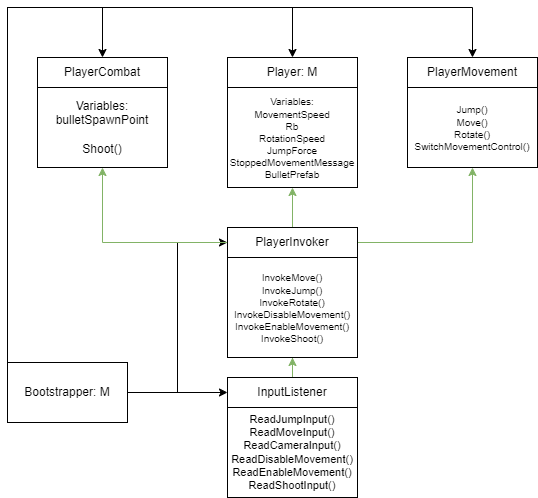
This is CodeScheme.png from fenix131113/Unity-KT-1, a draw.io export, as it was before one commit. Source tidied: cells renumbered, new cells last; positions are measured from the earlier drawing's top-left corner, leaving out a move shared by most shapes.
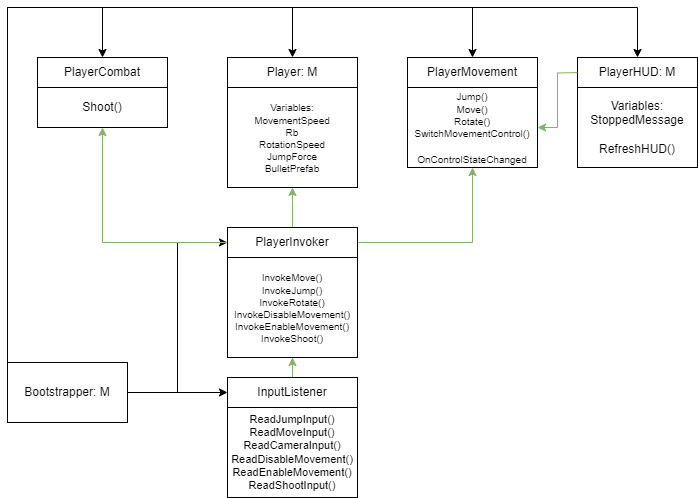
After the commit.

Change to the diagram source:
```diff
@@ -32,6 +32,14 @@
     <mxCell id="6" style="edgeStyle=orthogonalEdgeStyle;rounded=0;jettySize=auto;html=1;entryX=0;entryY=0.5;entryDx=0;entryDy=0;" parent="1" edge="1" source="7" target="16">
       <mxGeometry relative="1" as="geometry" />
     </mxCell>
+    <mxCell id="22" style="edgeStyle=orthogonalEdgeStyle;rounded=0;jettySize=auto;html=1;entryX=0.5;entryY=0;entryDx=0;entryDy=0;" parent="1" edge="1" source="7" target="23">
+      <mxGeometry relative="1" as="geometry">
+        <Array as="points">
+          <mxPoint />
+          <mxPoint x="630" />
+        </Array>
+      </mxGeometry>
+    </mxCell>
     <mxCell id="7" value="Bootstrapper: M" style="rounded=0;whiteSpace=wrap;html=1;" parent="1" vertex="1">
       <mxGeometry y="355" width="120" height="60" as="geometry" />
     </mxCell>
@@ -69,17 +77,28 @@
     <mxCell id="17" value="&lt;div style=&quot;font-size: 11px;&quot;&gt;&lt;font style=&quot;font-size: 11px;&quot;&gt;ReadJumpInput()&lt;/font&gt;&lt;/div&gt;&lt;div style=&quot;font-size: 11px;&quot;&gt;&lt;span style=&quot;background-color: initial;&quot;&gt;&lt;font style=&quot;font-size: 11px;&quot;&gt;ReadMoveInput()&lt;/font&gt;&lt;/span&gt;&lt;/div&gt;&lt;div style=&quot;font-size: 11px;&quot;&gt;&lt;span style=&quot;background-color: initial;&quot;&gt;&lt;font style=&quot;font-size: 11px;&quot;&gt;ReadCameraInput()&lt;/font&gt;&lt;/span&gt;&lt;/div&gt;&lt;div style=&quot;font-size: 11px;&quot;&gt;&lt;span style=&quot;background-color: initial;&quot;&gt;&lt;font style=&quot;font-size: 11px;&quot;&gt;ReadDisableMovement()&lt;/font&gt;&lt;/span&gt;&lt;/div&gt;&lt;div style=&quot;font-size: 11px;&quot;&gt;&lt;span style=&quot;background-color: initial;&quot;&gt;&lt;font style=&quot;font-size: 11px;&quot;&gt;ReadEnableMovement()&lt;/font&gt;&lt;/span&gt;&lt;/div&gt;&lt;div style=&quot;font-size: 11px;&quot;&gt;&lt;span style=&quot;background-color: initial;&quot;&gt;&lt;font style=&quot;font-size: 11px;&quot;&gt;ReadShootInput()&lt;/font&gt;&lt;/span&gt;&lt;/div&gt;" style="rounded=0;whiteSpace=wrap;html=1;" parent="1" vertex="1">
       <mxGeometry x="220" y="400" width="130" height="90" as="geometry" />
     </mxCell>
-    <mxCell id="18" value="&lt;font style=&quot;font-size: 10px;&quot;&gt;Jump()&lt;/font&gt;&lt;div style=&quot;font-size: 10px;&quot;&gt;&lt;font style=&quot;font-size: 10px;&quot;&gt;Move()&lt;/font&gt;&lt;/div&gt;&lt;div style=&quot;font-size: 10px;&quot;&gt;&lt;font style=&quot;font-size: 10px;&quot;&gt;Rotate()&lt;/font&gt;&lt;/div&gt;&lt;div style=&quot;font-size: 10px;&quot;&gt;&lt;font style=&quot;font-size: 10px;&quot;&gt;SwitchMovementControl()&lt;/font&gt;&lt;br&gt;&lt;/div&gt;" style="rounded=0;whiteSpace=wrap;html=1;" parent="1" vertex="1">
+    <mxCell id="18" value="&lt;font style=&quot;font-size: 10px;&quot;&gt;Jump()&lt;/font&gt;&lt;div style=&quot;font-size: 10px;&quot;&gt;&lt;font style=&quot;font-size: 10px;&quot;&gt;Move()&lt;/font&gt;&lt;/div&gt;&lt;div style=&quot;font-size: 10px;&quot;&gt;&lt;font style=&quot;font-size: 10px;&quot;&gt;Rotate()&lt;/font&gt;&lt;/div&gt;&lt;div style=&quot;font-size: 10px;&quot;&gt;&lt;font style=&quot;font-size: 10px;&quot;&gt;SwitchMovementControl()&lt;/font&gt;&lt;br&gt;&lt;/div&gt;&lt;div style=&quot;font-size: 10px;&quot;&gt;&lt;font style=&quot;font-size: 10px;&quot;&gt;&lt;br&gt;&lt;/font&gt;&lt;/div&gt;&lt;div style=&quot;&quot;&gt;&lt;font style=&quot;&quot;&gt;&lt;span style=&quot;font-size: 10px;&quot;&gt;OnControlStateChanged&lt;/span&gt;&lt;br&gt;&lt;/font&gt;&lt;/div&gt;" style="rounded=0;whiteSpace=wrap;html=1;" parent="1" vertex="1">
       <mxGeometry x="400" y="80" width="130" height="80" as="geometry" />
     </mxCell>
-    <mxCell id="19" value="&lt;font style=&quot;font-size: 10px;&quot;&gt;Variables:&lt;/font&gt;&lt;div style=&quot;font-size: 10px;&quot;&gt;&lt;font style=&quot;font-size: 10px;&quot;&gt;MovementSpeed&lt;/font&gt;&lt;/div&gt;&lt;div style=&quot;font-size: 10px;&quot;&gt;&lt;font style=&quot;font-size: 10px;&quot;&gt;Rb&lt;/font&gt;&lt;/div&gt;&lt;div style=&quot;font-size: 10px;&quot;&gt;&lt;font style=&quot;font-size: 10px;&quot;&gt;RotationSpeed&lt;/font&gt;&lt;/div&gt;&lt;div style=&quot;font-size: 10px;&quot;&gt;&lt;font style=&quot;font-size: 10px;&quot;&gt;JumpForce&lt;/font&gt;&lt;/div&gt;&lt;div style=&quot;font-size: 10px;&quot;&gt;&lt;font style=&quot;font-size: 10px;&quot;&gt;StoppedMovementMessage&lt;/font&gt;&lt;/div&gt;&lt;div style=&quot;font-size: 10px;&quot;&gt;&lt;font style=&quot;font-size: 10px;&quot;&gt;BulletPrefab&lt;/font&gt;&lt;/div&gt;" style="rounded=0;whiteSpace=wrap;html=1;" parent="1" vertex="1">
+    <mxCell id="19" value="&lt;font style=&quot;font-size: 10px;&quot;&gt;Variables:&lt;/font&gt;&lt;div style=&quot;font-size: 10px;&quot;&gt;&lt;font style=&quot;font-size: 10px;&quot;&gt;MovementSpeed&lt;/font&gt;&lt;/div&gt;&lt;div style=&quot;font-size: 10px;&quot;&gt;&lt;font style=&quot;font-size: 10px;&quot;&gt;Rb&lt;/font&gt;&lt;/div&gt;&lt;div style=&quot;font-size: 10px;&quot;&gt;&lt;font style=&quot;font-size: 10px;&quot;&gt;RotationSpeed&lt;/font&gt;&lt;/div&gt;&lt;div style=&quot;font-size: 10px;&quot;&gt;&lt;font style=&quot;font-size: 10px;&quot;&gt;JumpForce&lt;/font&gt;&lt;/div&gt;&lt;div style=&quot;font-size: 10px;&quot;&gt;&lt;font style=&quot;font-size: 10px;&quot;&gt;BulletPrefab&lt;/font&gt;&lt;/div&gt;" style="rounded=0;whiteSpace=wrap;html=1;" parent="1" vertex="1">
       <mxGeometry x="220" y="80" width="130" height="100" as="geometry" />
     </mxCell>
-    <mxCell id="20" value="&lt;div&gt;Variables:&lt;/div&gt;bulletSpawnPoint&lt;div&gt;&lt;br&gt;&lt;div&gt;Shoot()&lt;/div&gt;&lt;/div&gt;" style="rounded=0;whiteSpace=wrap;html=1;" parent="1" vertex="1">
-      <mxGeometry x="30" y="80" width="130" height="80" as="geometry" />
+    <mxCell id="20" value="&lt;div&gt;&lt;/div&gt;&lt;div&gt;&lt;div&gt;Shoot()&lt;/div&gt;&lt;/div&gt;" style="rounded=0;whiteSpace=wrap;html=1;" parent="1" vertex="1">
+      <mxGeometry x="30" y="80" width="130" height="40" as="geometry" />
     </mxCell>
     <mxCell id="21" value="&lt;font style=&quot;font-size: 10px;&quot;&gt;InvokeMove()&lt;/font&gt;&lt;div style=&quot;font-size: 10px;&quot;&gt;&lt;font style=&quot;font-size: 10px;&quot;&gt;InvokeJump()&lt;/font&gt;&lt;/div&gt;&lt;div style=&quot;font-size: 10px;&quot;&gt;&lt;font style=&quot;font-size: 10px;&quot;&gt;InvokeRotate()&lt;/font&gt;&lt;/div&gt;&lt;div style=&quot;font-size: 10px;&quot;&gt;&lt;font style=&quot;font-size: 10px;&quot;&gt;InvokeDisableMovement()&lt;/font&gt;&lt;/div&gt;&lt;div style=&quot;font-size: 10px;&quot;&gt;&lt;font style=&quot;font-size: 10px;&quot;&gt;InvokeEnableMovement()&lt;/font&gt;&lt;/div&gt;&lt;div style=&quot;font-size: 10px;&quot;&gt;&lt;font style=&quot;font-size: 10px;&quot;&gt;InvokeShoot()&lt;/font&gt;&lt;/div&gt;" style="rounded=0;whiteSpace=wrap;html=1;" parent="1" vertex="1">
       <mxGeometry x="220" y="250" width="130" height="100" as="geometry" />
     </mxCell>
+    <mxCell id="23" value="PlayerHUD: M" style="rounded=0;whiteSpace=wrap;html=1;" parent="1" vertex="1">
+      <mxGeometry x="570" y="50" width="120" height="30" as="geometry" />
+    </mxCell>
+    <mxCell id="24" style="edgeStyle=orthogonalEdgeStyle;rounded=0;jettySize=auto;html=1;entryX=1;entryY=0.5;entryDx=0;entryDy=0;fillColor=#d5e8d4;strokeColor=#82b366;" parent="1" edge="1" target="18">
+      <mxGeometry relative="1" as="geometry">
+        <mxPoint x="570" y="65" as="sourcePoint" />
+      </mxGeometry>
+    </mxCell>
+    <mxCell id="25" value="Variables:&lt;div&gt;StoppedMessage&lt;br&gt;&lt;/div&gt;&lt;div&gt;&lt;br&gt;&lt;/div&gt;&lt;div&gt;RefreshHUD()&lt;/div&gt;" style="rounded=0;whiteSpace=wrap;html=1;" parent="1" vertex="1">
+      <mxGeometry x="570" y="80" width="120" height="80" as="geometry" />
+    </mxCell>
   </root>
 </mxGraphModel>
```
